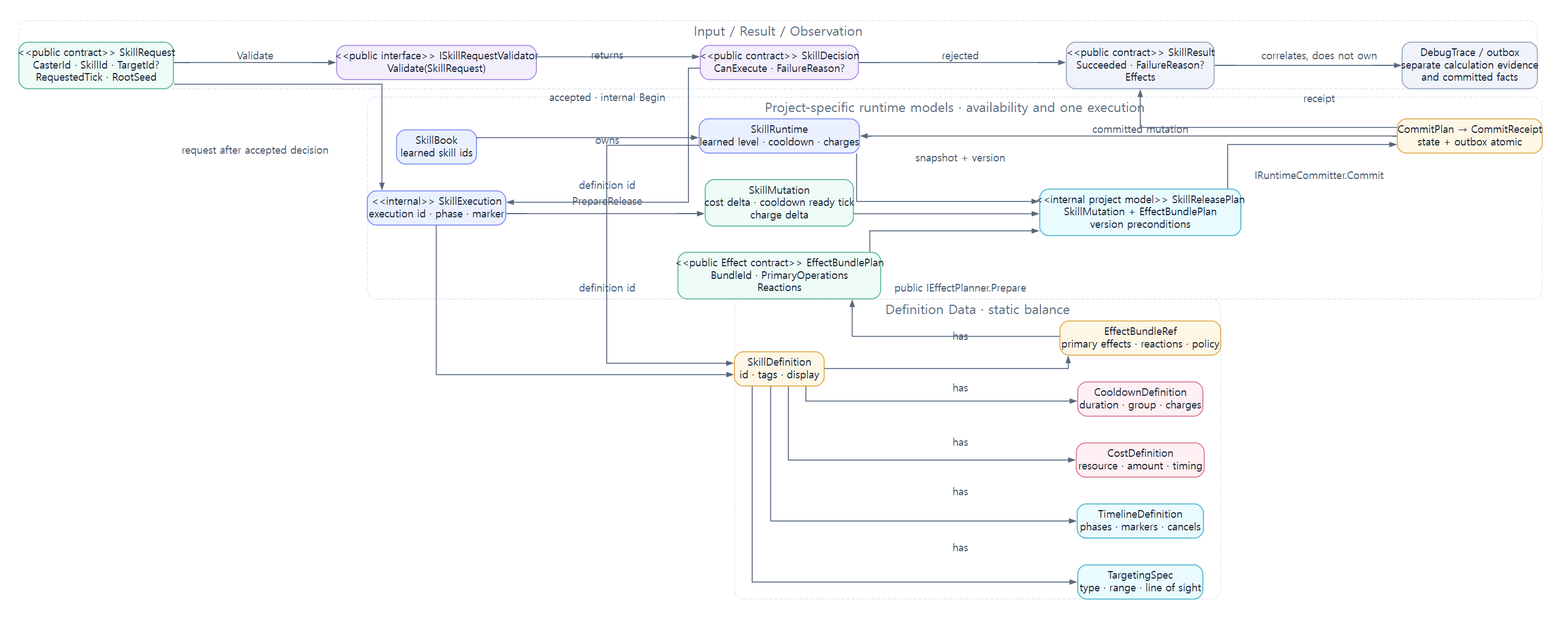
JY-LemongO/game-system-framework-knowledge-site keeps this Graphviz diagram as assets/diagrams/21_skill_data_model_diagram.png. Above is the earlier version. Its source is kept beside it as source/diagrams/21_skill_data_model_diagram.dot.
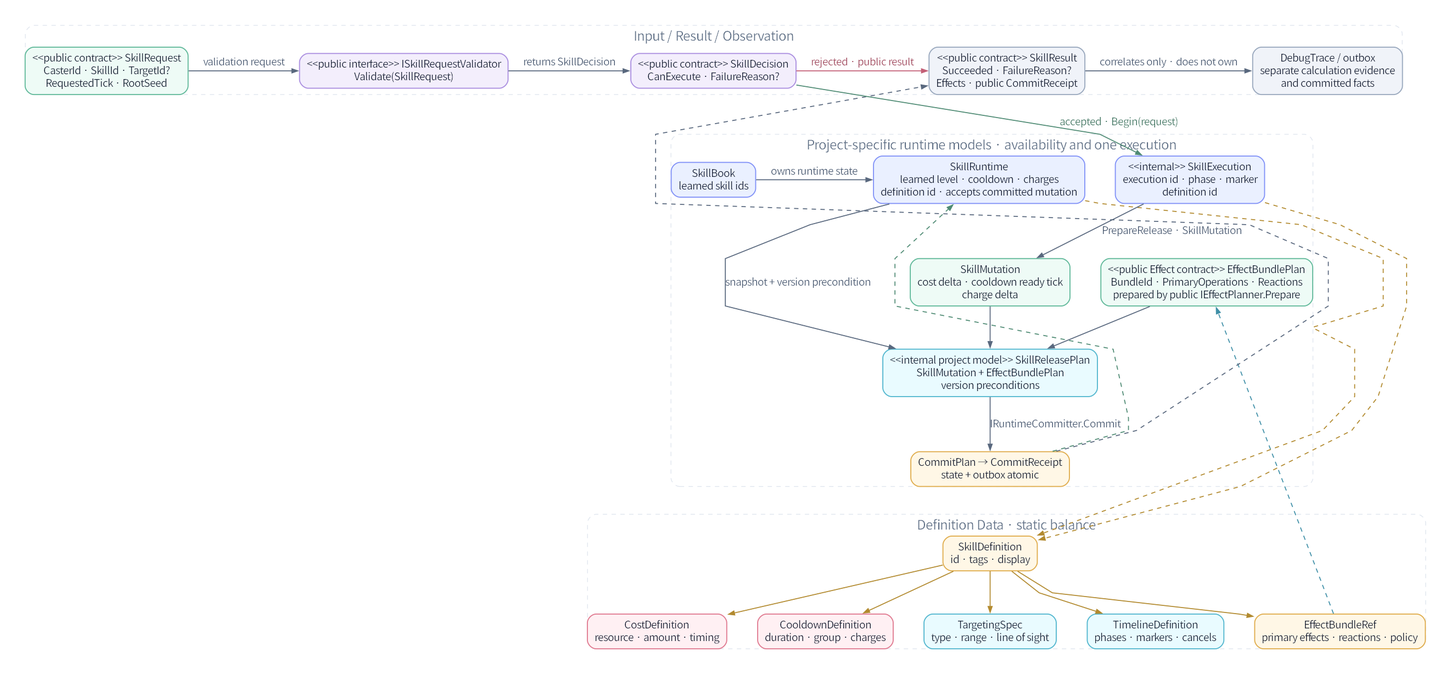
The same diagram one commit later.

Change to the diagram source:
```diff
@@ -1,9 +1,8 @@
 digraph G {
-  graph [fontname="Noto Sans CJK KR", bgcolor="#ffffff", margin=0.12, pad=0.25, ranksep=0.70, nodesep=0.50];
-  node [fontname="Noto Sans CJK KR", shape=box, style="rounded,filled", color="#bac7db", penwidth=1.4, fillcolor="#ffffff", fontcolor="#182033", margin="0.14,0.09"];
-  edge [fontname="Noto Sans CJK KR", color="#59687e", fontcolor="#46566e", arrowsize=0.8, penwidth=1.3];
-  rankdir=LR;
-  splines=ortho;
+  graph [fontname="Noto Sans KR", bgcolor="#ffffff", margin=0.12, pad=0.25, ranksep=0.80, nodesep=0.58, newrank=true, compound=true, splines=polyline];
+  node [fontname="Noto Sans KR", shape=box, style="rounded,filled", color="#bac7db", penwidth=1.4, fillcolor="#ffffff", fontcolor="#182033", margin="0.14,0.09"];
+  edge [fontname="Noto Sans KR", color="#59687e", fontcolor="#46566e", arrowsize=0.8, penwidth=1.3];
+  rankdir=TB;
 
   subgraph cluster_definition {
     label="Definition Data · static balance"; style="rounded,dashed"; color="#dfe5ee"; fontcolor="#607086"; fontsize=18;
@@ -17,10 +16,10 @@
   subgraph cluster_runtime {
     label="Project-specific runtime models · availability and one execution"; style="rounded,dashed"; color="#dfe5ee"; fontcolor="#607086"; fontsize=18;
     SkillBook [label="SkillBook\nlearned skill ids", fillcolor="#eaf0ff", color="#8292f7"];
-    SkillRuntime [label="SkillRuntime\nlearned level · cooldown · charges", fillcolor="#eaf0ff", color="#8292f7"];
-    SkillExecution [label="<<internal>> SkillExecution\nexecution id · phase · marker", fillcolor="#eaf0ff", color="#8292f7"];
+    SkillRuntime [label="SkillRuntime\nlearned level · cooldown · charges\ndefinition id · accepts committed mutation", fillcolor="#eaf0ff", color="#8292f7"];
+    SkillExecution [label="<<internal>> SkillExecution\nexecution id · phase · marker\ndefinition id", fillcolor="#eaf0ff", color="#8292f7"];
     SkillMutation [label="SkillMutation\ncost delta · cooldown ready tick\ncharge delta", fillcolor="#eefbf6", color="#61b99a"];
-    EffectBundlePlan [label="<<public Effect contract>> EffectBundlePlan\nBundleId · PrimaryOperations\nReactions", fillcolor="#eefbf6", color="#61b99a"];
+    EffectBundlePlan [label="<<public Effect contract>> EffectBundlePlan\nBundleId · PrimaryOperations · Reactions\nprepared by public IEffectPlanner.Prepare", fillcolor="#eefbf6", color="#61b99a"];
     ReleasePlan [label="<<internal project model>> SkillReleasePlan\nSkillMutation + EffectBundlePlan\nversion preconditions", fillcolor="#e9fbff", color="#54b7cf"];
     CommitReceipt [label="CommitPlan → CommitReceipt\nstate + outbox atomic", fillcolor="#fff7e6", color="#e0ad4e"];
   }
@@ -29,30 +28,41 @@
     SkillRequest [label="<<public contract>> SkillRequest\nCasterId · SkillId · TargetId?\nRequestedTick · RootSeed", fillcolor="#eefbf6", color="#61b99a"];
     SkillValidator [label="<<public interface>> ISkillRequestValidator\nValidate(SkillRequest)", fillcolor="#f3eefc", color="#ab8fe0"];
     SkillDecision [label="<<public contract>> SkillDecision\nCanExecute · FailureReason?", fillcolor="#f3eefc", color="#ab8fe0"];
-    SkillResult [label="<<public contract>> SkillResult\nSucceeded · FailureReason?\nEffects", fillcolor="#f0f3f9", color="#99a8bd"];
+    SkillResult [label="<<public contract>> SkillResult\nSucceeded · FailureReason?\nEffects · public CommitReceipt", fillcolor="#f0f3f9", color="#99a8bd"];
     SkillTrace [label="DebugTrace / outbox\nseparate calculation evidence\nand committed facts", fillcolor="#f0f3f9", color="#99a8bd"];
   }
 
-  SkillDef -> CostDef [label="has"];
-  SkillDef -> CooldownDef [label="has"];
-  SkillDef -> TargetDef [label="has"];
-  SkillDef -> TimelineDef [label="has"];
-  SkillDef -> BundleRef [label="has"];
-  SkillBook -> SkillRuntime [label="owns"];
-  SkillRuntime -> SkillDef [label="definition id"];
-  SkillRequest -> SkillValidator [label="Validate"];
-  SkillRequest -> SkillExecution [label="request after accepted decision"];
-  SkillValidator -> SkillDecision [label="returns"];
-  SkillDecision -> SkillExecution [label="accepted · internal Begin"];
-  SkillDecision -> SkillResult [label="rejected"];
-  SkillExecution -> SkillDef [label="definition id"];
-  SkillExecution -> SkillMutation [label="PrepareRelease"];
-  BundleRef -> EffectBundlePlan [label="public IEffectPlanner.Prepare"];
+  { rank=same; SkillRequest; SkillValidator; SkillDecision; SkillResult; SkillTrace; }
+  { rank=same; SkillBook; SkillRuntime; SkillExecution; }
+  { rank=same; SkillMutation; EffectBundlePlan; }
+  { rank=same; ReleasePlan; }
+  { rank=same; CommitReceipt; }
+  { rank=same; CostDef; CooldownDef; TargetDef; TimelineDef; BundleRef; }
+
+  SkillRequest -> SkillValidator [label="validation request"];
+  SkillValidator -> SkillDecision [label="returns SkillDecision"];
+  SkillDecision -> SkillResult [label="rejected · public result", color="#c35f76", fontcolor="#9d4358"];
+  SkillResult -> SkillTrace [label="correlates only · does not own"];
+  SkillDecision -> SkillExecution [label="accepted · Begin(request)", color="#4f8b74", fontcolor="#3f735f"];
+
+  SkillBook -> SkillRuntime [label="owns runtime state"];
+  SkillExecution -> SkillMutation [label="PrepareRelease · SkillMutation"];
   SkillMutation -> ReleasePlan;
   EffectBundlePlan -> ReleasePlan;
-  SkillRuntime -> ReleasePlan [label="snapshot + version"];
+  SkillRuntime -> ReleasePlan [label="snapshot + version precondition"];
   ReleasePlan -> CommitReceipt [label="IRuntimeCommitter.Commit"];
-  CommitReceipt -> SkillRuntime [label="committed mutation"];
-  CommitReceipt -> SkillResult [label="receipt"];
-  SkillResult -> SkillTrace [label="correlates, does not own"];
+  CommitReceipt -> SkillRuntime [constraint=false, minlen=4, style=dashed, color="#4f8b74"];
+  CommitReceipt -> SkillResult [constraint=false, minlen=5, style=dashed, color="#59687e"];
+
+  SkillRuntime -> SkillDef [constraint=false, style=dashed, color="#b28a2f"];
+  SkillExecution -> SkillDef [constraint=false, style=dashed, color="#b28a2f"];
+  SkillDef -> CostDef [color="#b28a2f"];
+  SkillDef -> CooldownDef [color="#b28a2f"];
+  SkillDef -> TargetDef [color="#b28a2f"];
+  SkillDef -> TimelineDef [color="#b28a2f"];
+  SkillDef -> BundleRef [color="#b28a2f"];
+  BundleRef -> EffectBundlePlan [constraint=false, minlen=4, style=dashed, color="#3f8fa7"];
+
+  SkillDecision -> SkillBook [style=invis, weight=80];
+  CommitReceipt -> SkillDef [style=invis, weight=80];
 }
```
